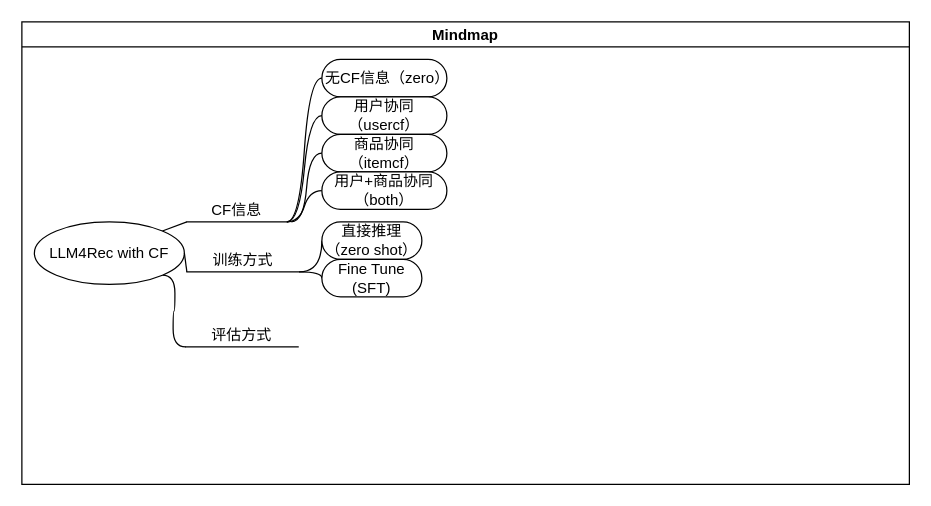
Above: Untitled Diagram.drawio in mediumboat/LLM4Rec (draw.io), before the change. Source tidied: cells renumbered, new cells numbered last; positions are measured from the earlier drawing's top-left corner, leaving out a move shared by most shapes. Both pictures are drawn from the tidied source at 125%, with x=0, y=0 at pixel (21, 21).
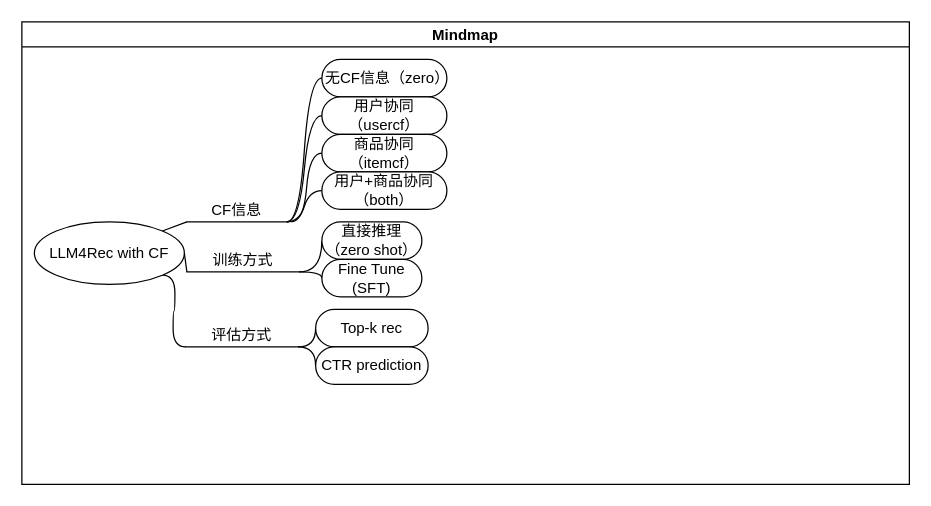
The same diagram, later.

The change refers to these unchanged cells:
```xml
<mxCell id="2" value="Mindmap" style="swimlane;startSize=20;horizontal=1;containerType=tree;" parent="1" vertex="1">
  <mxGeometry width="710" height="370" as="geometry" />
</mxCell>
<mxCell id="5" value="评估方式" style="whiteSpace=wrap;html=1;shape=partialRectangle;top=0;left=0;bottom=1;right=0;points=[[0,1],[1,1]];fillColor=none;align=center;verticalAlign=bottom;routingCenterY=0.5;snapToPoint=1;newEdgeStyle={&quot;edgeStyle&quot;:&quot;entityRelationEdgeStyle&quot;,&quot;startArrow&quot;:&quot;none&quot;,&quot;endArrow&quot;:&quot;none&quot;,&quot;segment&quot;:10,&quot;curved&quot;:1,&quot;sourcePerimeterSpacing&quot;:0,&quot;targetPerimeterSpacing&quot;:0};" parent="2" vertex="1">
  <mxGeometry x="131" y="230" width="90" height="30" as="geometry" />
</mxCell>
```

Diff of the diagram source:
```diff
@@
+    <mxCell id="22" style="edgeStyle=orthogonalEdgeStyle;rounded=0;jettySize=auto;html=1;startArrow=none;endArrow=none;segment=10;curved=1;sourcePerimeterSpacing=0;targetPerimeterSpacing=0;exitX=1;exitY=1;exitDx=0;exitDy=0;entryX=0;entryY=0.5;entryDx=0;entryDy=0;" parent="2" edge="1" source="5" target="24">
+      <mxGeometry relative="1" as="geometry" />
+    </mxCell>
+    <mxCell id="23" style="edgeStyle=orthogonalEdgeStyle;rounded=0;jettySize=auto;html=1;startArrow=none;endArrow=none;segment=10;curved=1;sourcePerimeterSpacing=0;targetPerimeterSpacing=0;exitX=1;exitY=1;exitDx=0;exitDy=0;entryX=0;entryY=0.5;entryDx=0;entryDy=0;" parent="2" edge="1" source="5" target="25">
+      <mxGeometry relative="1" as="geometry" />
+    </mxCell>
@@
+    <mxCell id="24" value="Top-k rec" style="whiteSpace=wrap;html=1;rounded=1;arcSize=50;align=center;verticalAlign=middle;strokeWidth=1;spacing=4;newEdgeStyle={&quot;edgeStyle&quot;:&quot;entityRelationEdgeStyle&quot;,&quot;startArrow&quot;:&quot;none&quot;,&quot;endArrow&quot;:&quot;none&quot;,&quot;segment&quot;:10,&quot;curved&quot;:1,&quot;sourcePerimeterSpacing&quot;:0,&quot;targetPerimeterSpacing&quot;:0};" parent="2" vertex="1">
+      <mxGeometry x="235" y="230" width="90" height="30" as="geometry" />
+    </mxCell>
+    <mxCell id="25" value="CTR prediction" style="whiteSpace=wrap;html=1;rounded=1;arcSize=50;align=center;verticalAlign=middle;strokeWidth=1;spacing=4;newEdgeStyle={&quot;edgeStyle&quot;:&quot;entityRelationEdgeStyle&quot;,&quot;startArrow&quot;:&quot;none&quot;,&quot;endArrow&quot;:&quot;none&quot;,&quot;segment&quot;:10,&quot;curved&quot;:1,&quot;sourcePerimeterSpacing&quot;:0,&quot;targetPerimeterSpacing&quot;:0};" parent="2" vertex="1">
+      <mxGeometry x="235" y="260" width="90" height="30" as="geometry" />
+    </mxCell>
```
